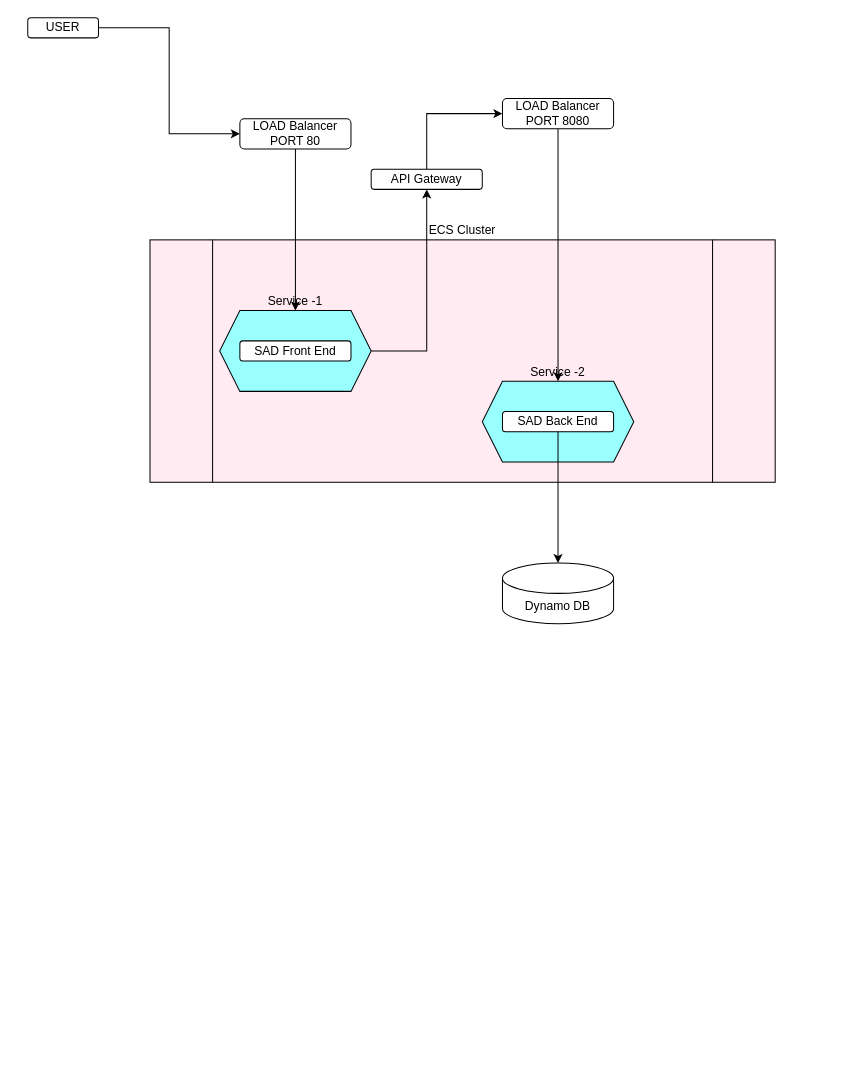
Earlier version of the draw.io diagram SAD-Architecture.drawio (ashwini47/SADB). Source tidied: cells renumbered, new cells numbered last; positions are measured from the earlier drawing's top-left corner, leaving out a move shared by most shapes. Both pictures are drawn from the tidied source at 101%, with x=0, y=0 at pixel (27, 17).
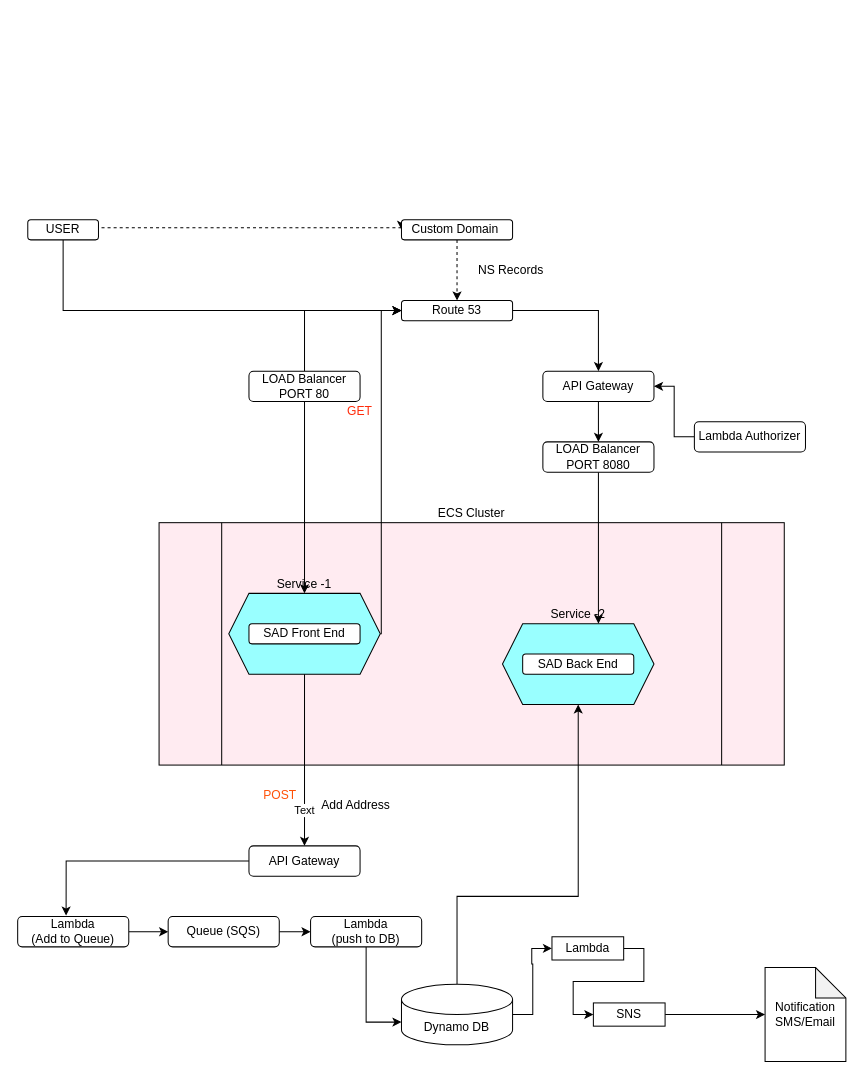
The same diagram, later.

What changed in the source:
```diff
@@
     <mxCell id="2" value="ECS Cluster" style="shape=process;whiteSpace=wrap;html=1;backgroundOutline=1;fillColor=#FFEBF1;labelPosition=center;verticalLabelPosition=top;align=center;verticalAlign=bottom;" parent="1" vertex="1">
-      <mxGeometry x="121" y="220" width="619" height="240" as="geometry" />
+      <mxGeometry x="130" y="500" width="619" height="240" as="geometry" />
     </mxCell>
     <mxCell id="3" value="Service -2" style="shape=hexagon;perimeter=hexagonPerimeter2;whiteSpace=wrap;html=1;fixedSize=1;fillColor=#99FFFF;labelPosition=center;verticalLabelPosition=top;align=center;verticalAlign=bottom;" parent="1" vertex="1">
-      <mxGeometry x="450" y="360" width="150" height="80" as="geometry" />
+      <mxGeometry x="470" y="600" width="150" height="80" as="geometry" />
     </mxCell>
-    <mxCell id="4" style="edgeStyle=orthogonalEdgeStyle;rounded=0;jettySize=auto;html=1;exitX=1;exitY=0.5;exitDx=0;exitDy=0;entryX=0.5;entryY=1;entryDx=0;entryDy=0;" parent="1" edge="1" source="5" target="12">
-      <mxGeometry relative="1" as="geometry" />
+    <mxCell id="4" style="edgeStyle=orthogonalEdgeStyle;rounded=0;jettySize=auto;html=1;entryX=0;entryY=0.5;entryDx=0;entryDy=0;exitX=0.5;exitY=0;exitDx=0;exitDy=0;" parent="1" edge="1" source="15" target="27">
+      <mxGeometry relative="1" as="geometry">
+        <Array as="points">
+          <mxPoint x="274" y="290" />
+        </Array>
+      </mxGeometry>
     </mxCell>
+    <mxCell id="18" style="edgeStyle=orthogonalEdgeStyle;rounded=0;jettySize=auto;html=1;entryX=0;entryY=0.5;entryDx=0;entryDy=0;" parent="1" edge="1" source="5" target="27">
+      <mxGeometry relative="1" as="geometry">
+        <Array as="points">
+          <mxPoint x="350" y="610" />
+          <mxPoint x="350" y="290" />
+        </Array>
+      </mxGeometry>
+    </mxCell>
     <mxCell id="5" value="Service -1" style="shape=hexagon;perimeter=hexagonPerimeter2;whiteSpace=wrap;html=1;fixedSize=1;fillColor=#99FFFF;labelPosition=center;verticalLabelPosition=top;align=center;verticalAlign=bottom;" parent="1" vertex="1">
-      <mxGeometry x="190" y="290" width="150" height="80" as="geometry" />
+      <mxGeometry x="199" y="570" width="150" height="80" as="geometry" />
     </mxCell>
-    <mxCell id="6" style="edgeStyle=orthogonalEdgeStyle;rounded=0;jettySize=auto;html=1;entryX=0;entryY=0.5;entryDx=0;entryDy=0;" parent="1" edge="1" source="7" target="15">
-      <mxGeometry relative="1" as="geometry" />
+    <mxCell id="6" style="edgeStyle=elbowEdgeStyle;rounded=0;jettySize=auto;html=1;entryX=0;entryY=0.5;entryDx=0;entryDy=0;elbow=vertical;" parent="1" edge="1" source="7" target="27">
+      <mxGeometry relative="1" as="geometry">
+        <Array as="points">
+          <mxPoint x="190" y="290" />
+        </Array>
+      </mxGeometry>
     </mxCell>
+    <mxCell id="19" style="edgeStyle=elbowEdgeStyle;rounded=0;jettySize=auto;elbow=vertical;html=1;exitX=1;exitY=0.25;exitDx=0;exitDy=0;entryX=0;entryY=0.5;entryDx=0;entryDy=0;dashed=1;" parent="1" edge="1" source="7" target="25">
+      <mxGeometry relative="1" as="geometry" />
+    </mxCell>
     <mxCell id="7" value="USER" style="rounded=1;whiteSpace=wrap;html=1;" parent="1" vertex="1">
-      <mxGeometry width="70" height="20" as="geometry" />
+      <mxGeometry y="200" width="70" height="20" as="geometry" />
     </mxCell>
     <mxCell id="8" value="SAD Front End" style="rounded=1;whiteSpace=wrap;html=1;" parent="1" vertex="1">
-      <mxGeometry x="210" y="320" width="110" height="20" as="geometry" />
+      <mxGeometry x="219" y="600" width="110" height="20" as="geometry" />
     </mxCell>
-    <mxCell id="9" style="edgeStyle=orthogonalEdgeStyle;rounded=0;jettySize=auto;html=1;entryX=0.5;entryY=0;entryDx=0;entryDy=0;entryPerimeter=0;" parent="1" edge="1" source="10" target="13">
-      <mxGeometry relative="1" as="geometry" />
-    </mxCell>
     <mxCell id="10" value="SAD Back End" style="rounded=1;whiteSpace=wrap;html=1;" parent="1" vertex="1">
-      <mxGeometry x="470" y="390" width="110" height="20" as="geometry" />
+      <mxGeometry x="490" y="630" width="110" height="20" as="geometry" />
     </mxCell>
-    <mxCell id="11" style="edgeStyle=orthogonalEdgeStyle;rounded=0;jettySize=auto;html=1;exitX=0.5;exitY=0;exitDx=0;exitDy=0;entryX=0;entryY=0.5;entryDx=0;entryDy=0;" parent="1" edge="1" source="12" target="17">
+    <mxCell id="11" style="edgeStyle=orthogonalEdgeStyle;rounded=0;jettySize=auto;html=1;" parent="1" edge="1" source="12" target="17">
       <mxGeometry relative="1" as="geometry" />
     </mxCell>
     <mxCell id="12" value="API Gateway" style="rounded=1;whiteSpace=wrap;html=1;" parent="1" vertex="1">
-      <mxGeometry x="340" y="150" width="110" height="20" as="geometry" />
+      <mxGeometry x="510" y="350" width="110" height="30" as="geometry" />
     </mxCell>
+    <mxCell id="20" style="edgeStyle=orthogonalEdgeStyle;rounded=0;jettySize=auto;html=1;" parent="1" edge="1" source="13" target="3">
+      <mxGeometry relative="1" as="geometry">
+        <Array as="points">
+          <mxPoint x="425" y="870" />
+          <mxPoint x="545" y="870" />
+        </Array>
+      </mxGeometry>
+    </mxCell>
+    <mxCell id="21" style="edgeStyle=orthogonalEdgeStyle;rounded=0;jettySize=auto;html=1;entryX=0;entryY=0.5;entryDx=0;entryDy=0;" parent="1" edge="1" source="13" target="46">
+      <mxGeometry relative="1" as="geometry" />
+    </mxCell>
     <mxCell id="13" value="Dynamo DB" style="shape=cylinder3;whiteSpace=wrap;html=1;boundedLbl=1;backgroundOutline=1;size=15;" parent="1" vertex="1">
-      <mxGeometry x="470" y="540" width="110" height="60" as="geometry" />
+      <mxGeometry x="370" y="957" width="110" height="60" as="geometry" />
     </mxCell>
@@
+    <mxCell id="22" style="edgeStyle=elbowEdgeStyle;rounded=0;jettySize=auto;html=1;exitX=0.5;exitY=1;exitDx=0;exitDy=0;entryX=0.5;entryY=0;entryDx=0;entryDy=0;" parent="1" edge="1" source="5" target="37">
+      <mxGeometry relative="1" as="geometry" />
+    </mxCell>
+    <mxCell id="23" value="Text" style="edgeLabel;html=1;align=center;verticalAlign=middle;" parent="22" vertex="1">
+      <mxGeometry x="0.58" y="-1" relative="1" as="geometry" />
+    </mxCell>
     <mxCell id="15" value="LOAD Balancer&lt;br&gt;PORT 80" style="rounded=1;whiteSpace=wrap;html=1;" parent="1" vertex="1">
-      <mxGeometry x="210" y="100" width="110" height="30" as="geometry" />
+      <mxGeometry x="219" y="350" width="110" height="30" as="geometry" />
     </mxCell>
-    <mxCell id="16" style="edgeStyle=orthogonalEdgeStyle;rounded=0;jettySize=auto;html=1;exitX=0.5;exitY=1;exitDx=0;exitDy=0;entryX=0.5;entryY=0;entryDx=0;entryDy=0;" parent="1" edge="1" source="17" target="3">
-      <mxGeometry relative="1" as="geometry" />
+    <mxCell id="16" style="edgeStyle=orthogonalEdgeStyle;rounded=0;jettySize=auto;html=1;" parent="1" edge="1" source="17" target="3">
+      <mxGeometry relative="1" as="geometry">
+        <Array as="points">
+          <mxPoint x="565" y="550" />
+          <mxPoint x="565" y="550" />
+        </Array>
+      </mxGeometry>
     </mxCell>
     <mxCell id="17" value="LOAD Balancer&lt;br&gt;PORT 8080" style="rounded=1;whiteSpace=wrap;html=1;" parent="1" vertex="1">
-      <mxGeometry x="470" y="80" width="110" height="30" as="geometry" />
+      <mxGeometry x="510" y="420" width="110" height="30" as="geometry" />
     </mxCell>
+    <mxCell id="24" style="edgeStyle=orthogonalEdgeStyle;rounded=0;jettySize=auto;html=1;dashed=1;" parent="1" edge="1" source="25" target="27">
+      <mxGeometry relative="1" as="geometry" />
+    </mxCell>
+    <mxCell id="25" value="Custom Domain&amp;nbsp;" style="rounded=1;whiteSpace=wrap;html=1;" parent="1" vertex="1">
+      <mxGeometry x="370" y="200" width="110" height="20" as="geometry" />
+    </mxCell>
+    <mxCell id="26" style="edgeStyle=orthogonalEdgeStyle;rounded=0;jettySize=auto;html=1;" parent="1" edge="1" source="27" target="12">
+      <mxGeometry relative="1" as="geometry" />
+    </mxCell>
+    <mxCell id="27" value="Route 53" style="rounded=1;whiteSpace=wrap;html=1;" parent="1" vertex="1">
+      <mxGeometry x="370" y="280" width="110" height="20" as="geometry" />
+    </mxCell>
+    <mxCell id="28" value="NS Records" style="text;html=1;strokeColor=none;fillColor=none;align=center;verticalAlign=middle;whiteSpace=wrap;rounded=0;" parent="1" vertex="1">
+      <mxGeometry x="426" y="240" width="105" height="20" as="geometry" />
+    </mxCell>
+    <mxCell id="29" style="edgeStyle=orthogonalEdgeStyle;rounded=0;jettySize=auto;html=1;entryX=1;entryY=0.5;entryDx=0;entryDy=0;" parent="1" edge="1" source="30" target="12">
+      <mxGeometry relative="1" as="geometry" />
+    </mxCell>
+    <mxCell id="30" value="Lambda Authorizer" style="rounded=1;whiteSpace=wrap;html=1;" parent="1" vertex="1">
+      <mxGeometry x="660" y="400" width="110" height="30" as="geometry" />
+    </mxCell>
+    <mxCell id="31" style="edgeStyle=orthogonalEdgeStyle;rounded=0;jettySize=auto;html=1;" parent="1" edge="1" source="32" target="41">
+      <mxGeometry relative="1" as="geometry" />
+    </mxCell>
+    <mxCell id="32" value="Queue (SQS)" style="rounded=1;whiteSpace=wrap;html=1;" parent="1" vertex="1">
+      <mxGeometry x="139" y="890" width="110" height="30" as="geometry" />
+    </mxCell>
+    <mxCell id="33" value="Add Address" style="text;html=1;strokeColor=none;fillColor=none;align=center;verticalAlign=middle;whiteSpace=wrap;rounded=0;" parent="1" vertex="1">
+      <mxGeometry x="280" y="770" width="90" height="20" as="geometry" />
+    </mxCell>
+    <mxCell id="34" value="POST" style="text;html=1;strokeColor=none;fillColor=none;align=center;verticalAlign=middle;whiteSpace=wrap;rounded=0;fontColor=#FF5208;" parent="1" vertex="1">
+      <mxGeometry x="230" y="760" width="40" height="20" as="geometry" />
+    </mxCell>
+    <mxCell id="35" value="GET" style="text;html=1;strokeColor=none;fillColor=none;align=center;verticalAlign=middle;whiteSpace=wrap;rounded=0;fontColor=#FF2B0A;" parent="1" vertex="1">
+      <mxGeometry x="309" y="380" width="40" height="20" as="geometry" />
+    </mxCell>
+    <mxCell id="36" style="edgeStyle=orthogonalEdgeStyle;rounded=0;jettySize=auto;html=1;exitX=0;exitY=0.5;exitDx=0;exitDy=0;entryX=0.436;entryY=-0.033;entryDx=0;entryDy=0;entryPerimeter=0;" parent="1" edge="1" source="37" target="39">
+      <mxGeometry relative="1" as="geometry" />
+    </mxCell>
+    <mxCell id="37" value="API Gateway" style="rounded=1;whiteSpace=wrap;html=1;" parent="1" vertex="1">
+      <mxGeometry x="219" y="820" width="110" height="30" as="geometry" />
+    </mxCell>
+    <mxCell id="38" style="edgeStyle=orthogonalEdgeStyle;rounded=0;jettySize=auto;html=1;" parent="1" edge="1" source="39" target="32">
+      <mxGeometry relative="1" as="geometry" />
+    </mxCell>
+    <mxCell id="39" value="Lambda&lt;br&gt;(Add to Queue)" style="rounded=1;whiteSpace=wrap;html=1;" parent="1" vertex="1">
+      <mxGeometry x="-10" y="890" width="110" height="30" as="geometry" />
+    </mxCell>
+    <mxCell id="40" style="edgeStyle=orthogonalEdgeStyle;rounded=0;jettySize=auto;html=1;entryX=0;entryY=0;entryDx=0;entryDy=37.5;entryPerimeter=0;exitX=0.5;exitY=1;exitDx=0;exitDy=0;" parent="1" edge="1" source="41" target="13">
+      <mxGeometry relative="1" as="geometry" />
+    </mxCell>
+    <mxCell id="41" value="Lambda&lt;br&gt;(push to DB)" style="rounded=1;whiteSpace=wrap;html=1;" parent="1" vertex="1">
+      <mxGeometry x="280" y="890" width="110" height="30" as="geometry" />
+    </mxCell>
+    <mxCell id="42" style="edgeStyle=orthogonalEdgeStyle;rounded=0;jettySize=auto;html=1;" parent="1" edge="1" source="43" target="44">
+      <mxGeometry relative="1" as="geometry" />
+    </mxCell>
+    <mxCell id="43" value="SNS" style="whiteSpace=wrap;html=1;" parent="1" vertex="1">
+      <mxGeometry x="560" y="975.5" width="71" height="23" as="geometry" />
+    </mxCell>
+    <mxCell id="44" value="Notification&lt;br&gt;SMS/Email" style="shape=note;whiteSpace=wrap;html=1;backgroundOutline=1;darkOpacity=0.05;" parent="1" vertex="1">
+      <mxGeometry x="730" y="940.5" width="80" height="93" as="geometry" />
+    </mxCell>
+    <mxCell id="45" style="edgeStyle=orthogonalEdgeStyle;rounded=0;jettySize=auto;html=1;entryX=0;entryY=0.5;entryDx=0;entryDy=0;fontColor=#FF5208;exitX=1;exitY=0.5;exitDx=0;exitDy=0;" parent="1" edge="1" source="46" target="43">
+      <mxGeometry relative="1" as="geometry" />
+    </mxCell>
+    <mxCell id="46" value="Lambda" style="whiteSpace=wrap;html=1;" parent="1" vertex="1">
+      <mxGeometry x="519" y="910" width="71" height="23" as="geometry" />
+    </mxCell>
```
